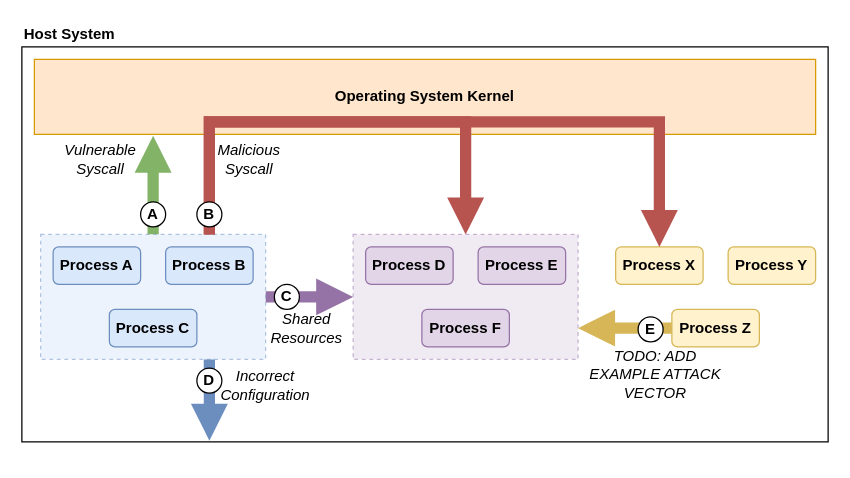
Above: thesis/figs/background/drawio/container_security.drawio in willfindlay/masters-thesis (draw.io), before the change. Source tidied: cells renumbered, new cells numbered last; positions are measured from the earlier drawing's top-left corner, leaving out a move shared by most shapes. Both pictures are drawn from the tidied source at 125%, with x=0, y=0 at pixel (21, 21).
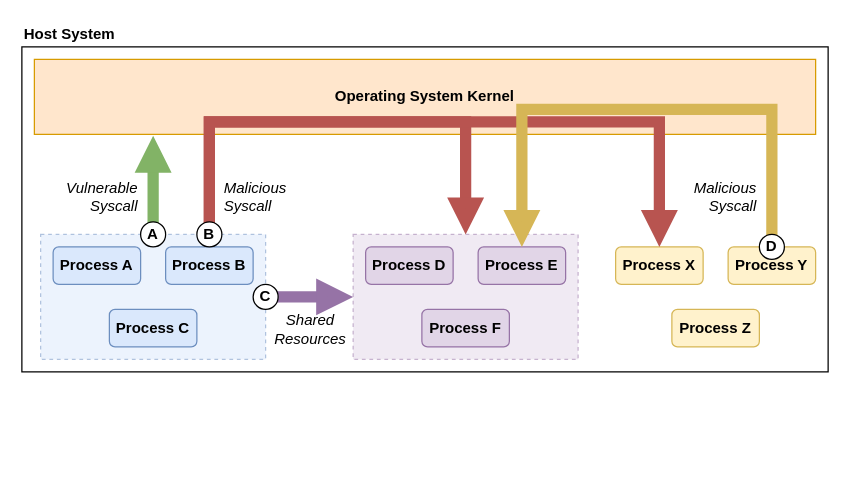
The same diagram, later.

Unchanged cells that the change refers to:
```xml
<mxCell id="6" style="rounded=0;whiteSpace=wrap;html=1;fillColor=#dae8fc;strokeColor=#6c8ebf;dashed=1;opacity=50;" parent="1" vertex="1">
  <mxGeometry x="15" y="170" width="180" height="100" as="geometry" />
</mxCell>
<mxCell id="10" style="rounded=0;whiteSpace=wrap;html=1;fillColor=#e1d5e7;strokeColor=#9673a6;dashed=1;opacity=50;" parent="1" vertex="1">
  <mxGeometry x="265" y="170" width="180" height="100" as="geometry" />
</mxCell>
<mxCell id="12" value="Process E" style="rounded=1;whiteSpace=wrap;html=1;fillColor=#e1d5e7;strokeColor=#9673a6;fontStyle=1;" parent="1" vertex="1">
  <mxGeometry x="365" y="180" width="70" height="30" as="geometry" />
</mxCell>
<mxCell id="14" value="Process Y" style="rounded=1;whiteSpace=wrap;html=1;fillColor=#fff2cc;strokeColor=#d6b656;fontStyle=1;" parent="1" vertex="1">
  <mxGeometry x="565" y="180" width="70" height="30" as="geometry" />
</mxCell>
<mxCell id="17" value="Process Z" style="rounded=1;whiteSpace=wrap;html=1;fillColor=#fff2cc;strokeColor=#d6b656;fontStyle=1;" parent="1" vertex="1">
  <mxGeometry x="520" y="230" width="70" height="30" as="geometry" />
</mxCell>
```

Change to the diagram source:
```diff
@@
     <mxCell id="2" style="rounded=0;whiteSpace=wrap;html=1;align=center;" parent="1" vertex="1">
-      <mxGeometry y="20" width="645" height="316" as="geometry" />
+      <mxGeometry y="20" width="645" height="260" as="geometry" />
     </mxCell>
@@
-    <mxCell id="5" style="edgeStyle=orthogonalEdgeStyle;rounded=0;jettySize=auto;html=1;exitX=0.75;exitY=1;exitDx=0;exitDy=0;endArrow=block;endFill=1;strokeWidth=9;fillColor=#dae8fc;strokeColor=#6c8ebf;" parent="1" edge="1" source="6">
-      <mxGeometry relative="1" as="geometry">
-        <mxPoint x="150" y="335" as="targetPoint" />
-      </mxGeometry>
-    </mxCell>
@@
-    <mxCell id="16" style="edgeStyle=orthogonalEdgeStyle;rounded=0;jettySize=auto;html=1;exitX=0;exitY=0.5;exitDx=0;exitDy=0;entryX=1;entryY=0.75;entryDx=0;entryDy=0;endArrow=block;endFill=1;strokeWidth=9;fillColor=#fff2cc;strokeColor=#d6b656;" parent="1" edge="1" source="17" target="10">
-      <mxGeometry relative="1" as="geometry" />
-    </mxCell>
@@
     <mxCell id="19" value="A" style="ellipse;whiteSpace=wrap;html=1;align=center;fontStyle=1;" parent="1" vertex="1">
-      <mxGeometry x="95" y="144" width="20" height="20" as="geometry" />
+      <mxGeometry x="95" y="160" width="20" height="20" as="geometry" />
     </mxCell>
     <mxCell id="20" value="C" style="ellipse;whiteSpace=wrap;html=1;align=center;fontStyle=1;" parent="1" vertex="1">
-      <mxGeometry x="202" y="210" width="20" height="20" as="geometry" />
+      <mxGeometry x="185" y="210" width="20" height="20" as="geometry" />
     </mxCell>
@@
-    <mxCell id="23" value="Malicious Syscall" style="text;html=1;strokeColor=none;fillColor=none;align=center;verticalAlign=middle;whiteSpace=wrap;rounded=0;fontStyle=2;" parent="1" vertex="1">
-      <mxGeometry x="162" y="100" width="40" height="20" as="geometry" />
+    <mxCell id="23" value="Malicious Syscall" style="text;html=1;strokeColor=none;fillColor=none;align=left;verticalAlign=middle;whiteSpace=wrap;rounded=0;fontStyle=2;" parent="1" vertex="1">
+      <mxGeometry x="160" y="130" width="40" height="20" as="geometry" />
     </mxCell>
-    <mxCell id="24" value="Vulnerable Syscall" style="text;html=1;strokeColor=none;fillColor=none;align=center;verticalAlign=middle;whiteSpace=wrap;rounded=0;fontStyle=2;" parent="1" vertex="1">
-      <mxGeometry x="43" y="100" width="40" height="20" as="geometry" />
+    <mxCell id="24" value="Vulnerable Syscall" style="text;html=1;strokeColor=none;fillColor=none;align=right;verticalAlign=middle;whiteSpace=wrap;rounded=0;fontStyle=2;" parent="1" vertex="1">
+      <mxGeometry x="55" y="130" width="40" height="20" as="geometry" />
     </mxCell>
@@
     <mxCell id="26" value="B" style="ellipse;whiteSpace=wrap;html=1;align=center;fontStyle=1;" parent="1" vertex="1">
-      <mxGeometry x="140" y="144" width="20" height="20" as="geometry" />
+      <mxGeometry x="140" y="160" width="20" height="20" as="geometry" />
     </mxCell>
+    <mxCell id="16" style="edgeStyle=orthogonalEdgeStyle;rounded=0;jettySize=auto;html=1;exitX=0.5;exitY=0;exitDx=0;exitDy=0;entryX=0.5;entryY=0;entryDx=0;entryDy=0;endArrow=block;endFill=1;strokeWidth=9;fillColor=#fff2cc;strokeColor=#d6b656;jumpStyle=none;" parent="1" edge="1" source="14" target="12">
+      <mxGeometry relative="1" as="geometry">
+        <Array as="points">
+          <mxPoint x="600" y="70" />
+          <mxPoint x="400" y="70" />
+        </Array>
+      </mxGeometry>
+    </mxCell>
+    <mxCell id="30" value="D" style="ellipse;whiteSpace=wrap;html=1;align=center;fontStyle=1;" parent="1" vertex="1">
+      <mxGeometry x="590" y="170" width="20" height="20" as="geometry" />
+    </mxCell>
+    <mxCell id="32" value="Malicious Syscall" style="text;html=1;strokeColor=none;fillColor=none;align=right;verticalAlign=middle;whiteSpace=wrap;rounded=0;fontStyle=2;" parent="1" vertex="1">
+      <mxGeometry x="550" y="130" width="40" height="20" as="geometry" />
+    </mxCell>
     <mxCell id="27" value="Shared Resources" style="text;html=1;strokeColor=none;fillColor=none;align=center;verticalAlign=middle;whiteSpace=wrap;rounded=0;fontStyle=2;" parent="1" vertex="1">
-      <mxGeometry x="208" y="235" width="40" height="20" as="geometry" />
+      <mxGeometry x="211" y="236" width="40" height="20" as="geometry" />
     </mxCell>
-    <mxCell id="28" value="D" style="ellipse;whiteSpace=wrap;html=1;align=center;fontStyle=1;" parent="1" vertex="1">
-      <mxGeometry x="140" y="277" width="20" height="20" as="geometry" />
-    </mxCell>
-    <mxCell id="29" value="Incorrect Configuration" style="text;html=1;strokeColor=none;fillColor=none;align=center;verticalAlign=middle;whiteSpace=wrap;rounded=0;fontStyle=2;" parent="1" vertex="1">
-      <mxGeometry x="175" y="286" width="40" height="10" as="geometry" />
-    </mxCell>
-    <mxCell id="30" value="E" style="ellipse;whiteSpace=wrap;html=1;align=center;fontStyle=1;" parent="1" vertex="1">
-      <mxGeometry x="493" y="236" width="20" height="20" as="geometry" />
-    </mxCell>
-    <mxCell id="31" value="TODO: ADD EXAMPLE ATTACK VECTOR" style="text;html=1;strokeColor=none;fillColor=none;align=center;verticalAlign=middle;whiteSpace=wrap;rounded=0;fontStyle=2;" parent="1" vertex="1">
-      <mxGeometry x="447.5" y="277" width="117.5" height="10" as="geometry" />
-    </mxCell>
```
